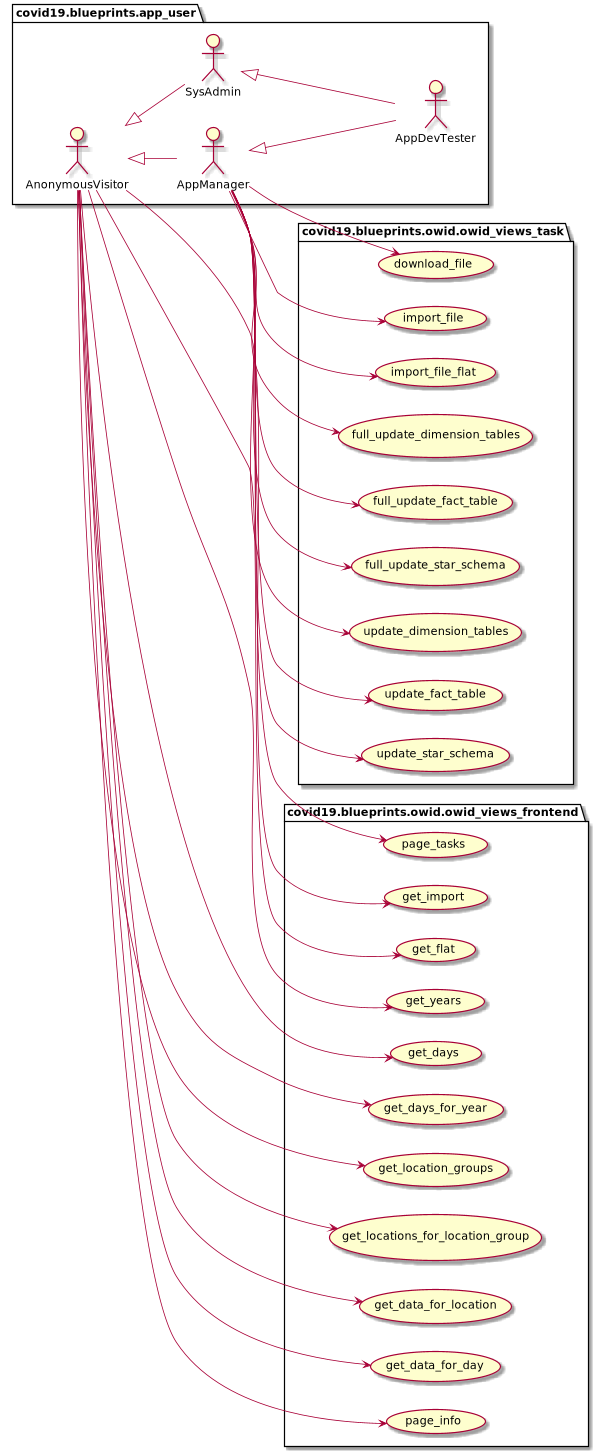
The PlantUML diagram docs/uml/data_owid/owid_use_cases.png in thomaswoehlke/flask_covid19, before a commit. Its diagram source:
```plantuml
@startuml
package covid19.blueprints.app_user {
	actor AnonymousVisitor as vu
	actor AppManager as au
	actor SysAdmin as su
	actor AppDevTester as du
}
package covid19.blueprints.app_user {
	vu <|-- au
	vu <|-- su
	su <|-- du
	au <|-- du
}
left to right direction
package covid19.blueprints.owid.owid_views_task {
	usecase download_file as UC1
	usecase import_file as UC2
	usecase import_file_flat as UC3
	usecase full_update_dimension_tables as UC10
	usecase full_update_fact_table as UC11
	usecase full_update_star_schema as UC12
	usecase update_dimension_tables as UC20
	usecase update_fact_table as UC21
	usecase update_star_schema as UC22
}
au --> UC1
au --> UC2
au --> UC3
au --> UC10
au --> UC11
au --> UC12
au --> UC20
au --> UC21
au --> UC22
package covid19.blueprints.owid.owid_views_frontend {
	usecase get_import as UC30
	usecase get_flat as UC31
	usecase get_years as UC40
	usecase get_days as UC41
	usecase get_days_for_year as UC42
	usecase get_location_groups as UC43
	usecase get_locations_for_location_group as UC44
	usecase get_data_for_location as UC45
	usecase get_data_for_day as UC46
    usecase page_info as UC80
    usecase page_tasks as UC81
}
vu --> UC30
vu --> UC31
vu --> UC40
vu --> UC41
vu --> UC42
vu --> UC43
vu --> UC44
vu --> UC45
vu --> UC46
vu --> UC80
au --> UC81
@enduml
```
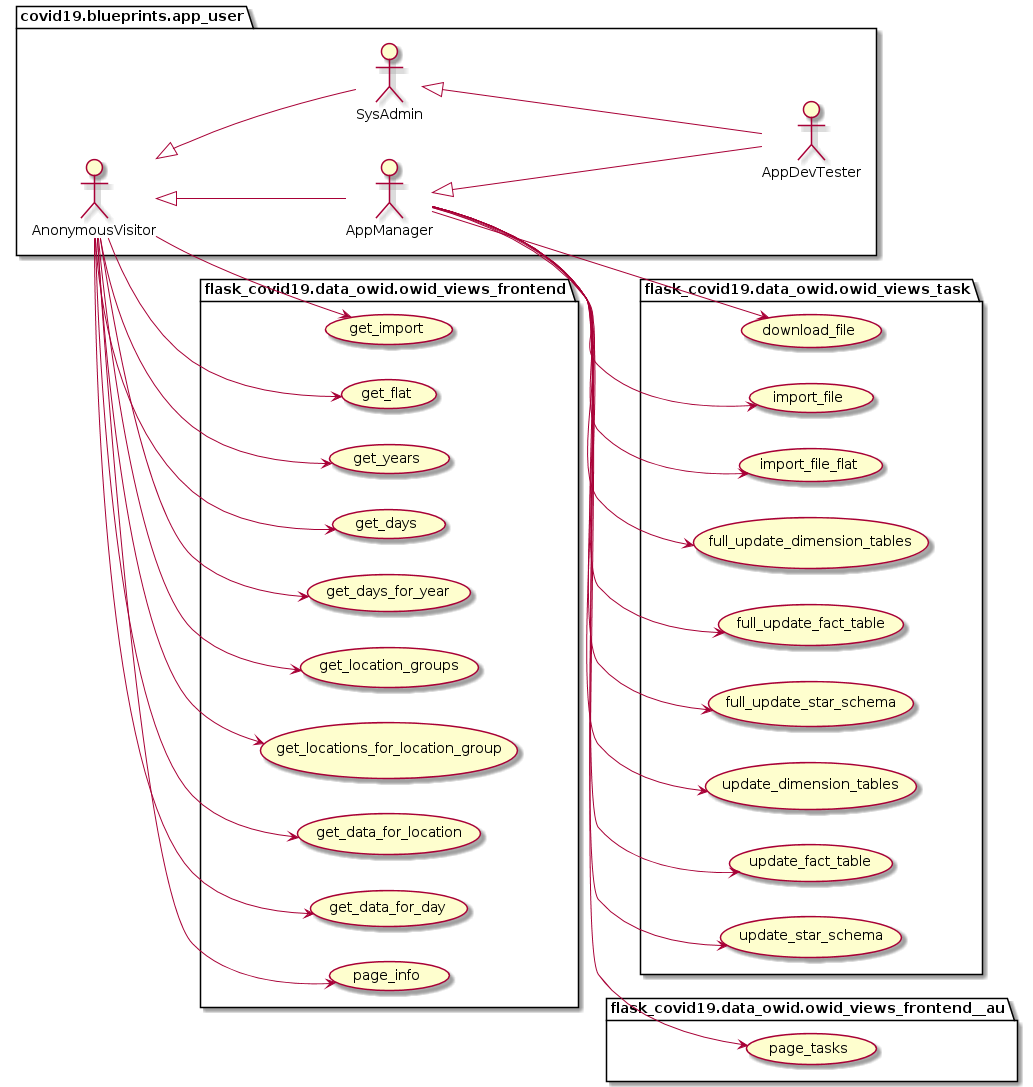
Above is the later version.

Diff of the diagram source:
```diff
@@ -1,18 +1,22 @@
 @startuml
+
+left to right direction
+
 package covid19.blueprints.app_user {
 	actor AnonymousVisitor as vu
 	actor AppManager as au
 	actor SysAdmin as su
 	actor AppDevTester as du
 }
+
 package covid19.blueprints.app_user {
 	vu <|-- au
 	vu <|-- su
 	su <|-- du
 	au <|-- du
 }
-left to right direction
-package covid19.blueprints.owid.owid_views_task {
+
+package flask_covid19.data_owid.owid_views_task {
 	usecase download_file as UC1
 	usecase import_file as UC2
 	usecase import_file_flat as UC3
@@ -23,6 +27,7 @@
 	usecase update_fact_table as UC21
 	usecase update_star_schema as UC22
 }
+
 au --> UC1
 au --> UC2
 au --> UC3
@@ -32,7 +37,8 @@
 au --> UC20
 au --> UC21
 au --> UC22
-package covid19.blueprints.owid.owid_views_frontend {
+
+package flask_covid19.data_owid.owid_views_frontend {
 	usecase get_import as UC30
 	usecase get_flat as UC31
 	usecase get_years as UC40
@@ -43,8 +49,8 @@
 	usecase get_data_for_location as UC45
 	usecase get_data_for_day as UC46
     usecase page_info as UC80
-    usecase page_tasks as UC81
 }
+
 vu --> UC30
 vu --> UC31
 vu --> UC40
@@ -55,5 +61,11 @@
 vu --> UC45
 vu --> UC46
 vu --> UC80
+
+package flask_covid19.data_owid.owid_views_frontend__au {
+    usecase page_tasks as UC81
+}
+
 au --> UC81
+
 @enduml
```
